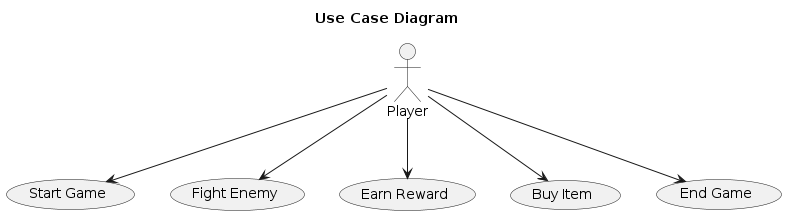
paulconnett/oop-group-final keeps this PlantUML diagram as game/uml/Case View.png. Above is the earlier version.
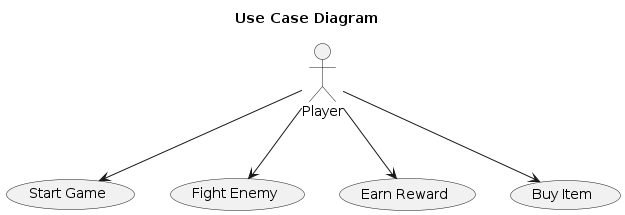
After the change.

What changed in the source:
```diff
@@ -7,11 +7,9 @@
 usecase "Fight Enemy" as UC2
 usecase "Earn Reward" as UC3
 usecase "Buy Item" as UC4
-usecase "End Game" as UC5
 
 Player --> UC1
 Player --> UC2
 Player --> UC3
 Player --> UC4
-Player --> UC5
 @enduml
```
